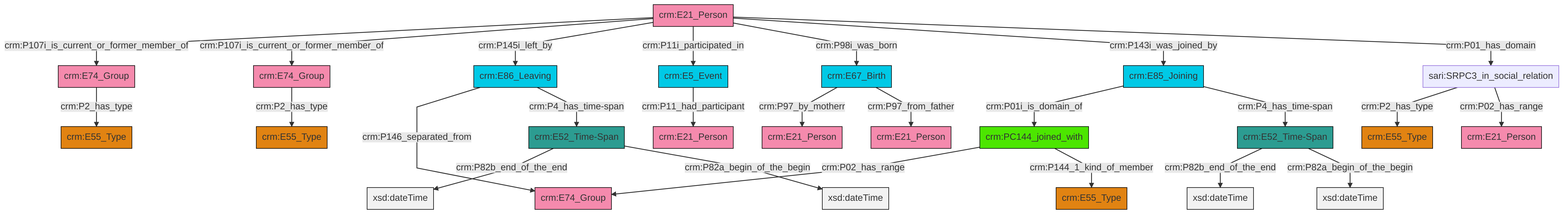
Earlier version of the Mermaid export et/personCSV/ttl/mmd/png/Person_Actor_Relations.png (swiss-art-research-net/reference-data-models). Its source is kept beside it as et/personCSV/ttl/mmd/Person_Actor_Relations.ttl.mmd.
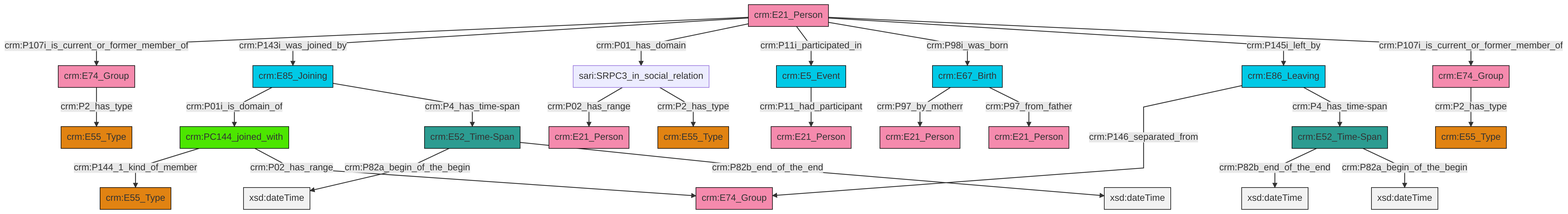
Later version of the same file.

Diff of the diagram source:
```diff
@@ -13,27 +13,27 @@
 classDef PC_Classes fill:#4ce600, stroke:#000000;
 classDef Multi fill:#cccccc,stroke:#000000;
 
-2["crm:E67_Birth"]:::Temporal_Entity -->|crm:P97_by_motherr| 3["crm:E21_Person"]:::Actor
-4["crm:E52_Time-Span"]:::Time-Span -->|crm:P82b_end_of_the_end| 8[xsd:dateTime]:::Literal
-9["crm:E86_Leaving"]:::Temporal_Entity -->|crm:P146_separated_from| 0["crm:E74_Group"]:::Actor
-10["crm:E21_Person"]:::Actor -->|crm:P107i_is_current_or_former_member_of| 11["crm:E74_Group"]:::Actor
-10["crm:E21_Person"]:::Actor -->|crm:P107i_is_current_or_former_member_of| 20["crm:E74_Group"]:::Actor
-10["crm:E21_Person"]:::Actor -->|crm:P145i_left_by| 9["crm:E86_Leaving"]:::Temporal_Entity
-24["crm:E85_Joining"]:::Temporal_Entity -->|crm:P01i_is_domain_of| 26["crm:PC144_joined_with"]:::PC_Classes
-4["crm:E52_Time-Span"]:::Time-Span -->|crm:P82a_begin_of_the_begin| 29[xsd:dateTime]:::Literal
-11["crm:E74_Group"]:::Actor -->|crm:P2_has_type| 6["crm:E55_Type"]:::Type
-2["crm:E67_Birth"]:::Temporal_Entity -->|crm:P97_from_father| 33["crm:E21_Person"]:::Actor
-10["crm:E21_Person"]:::Actor -->|crm:P11i_participated_in| 34["crm:E5_Event"]:::Temporal_Entity
-34["crm:E5_Event"]:::Temporal_Entity -->|crm:P11_had_participant| 22["crm:E21_Person"]:::Actor
-27["sari:SRPC3_in_social_relation"]:::Default -->|crm:P2_has_type| 18["crm:E55_Type"]:::Type
-40["crm:E52_Time-Span"]:::Time-Span -->|crm:P82b_end_of_the_end| 41[xsd:dateTime]:::Literal
-10["crm:E21_Person"]:::Actor -->|crm:P98i_was_born| 2["crm:E67_Birth"]:::Temporal_Entity
-10["crm:E21_Person"]:::Actor -->|crm:P143i_was_joined_by| 24["crm:E85_Joining"]:::Temporal_Entity
-10["crm:E21_Person"]:::Actor -->|crm:P01_has_domain| 27["sari:SRPC3_in_social_relation"]:::Default
-27["sari:SRPC3_in_social_relation"]:::Default -->|crm:P02_has_range| 38["crm:E21_Person"]:::Actor
-40["crm:E52_Time-Span"]:::Time-Span -->|crm:P82a_begin_of_the_begin| 43[xsd:dateTime]:::Literal
-26["crm:PC144_joined_with"]:::PC_Classes -->|crm:P02_has_range| 0["crm:E74_Group"]:::Actor
-9["crm:E86_Leaving"]:::Temporal_Entity -->|crm:P4_has_time-span| 4["crm:E52_Time-Span"]:::Time-Span
-24["crm:E85_Joining"]:::Temporal_Entity -->|crm:P4_has_time-span| 40["crm:E52_Time-Span"]:::Time-Span
-20["crm:E74_Group"]:::Actor -->|crm:P2_has_type| 15["crm:E55_Type"]:::Type
-26["crm:PC144_joined_with"]:::PC_Classes -->|crm:P144_1_kind_of_member| 31["crm:E55_Type"]:::Type
+2["crm:E21_Person"]:::Actor -->|crm:P107i_is_current_or_former_member_of| 3["crm:E74_Group"]:::Actor
+2["crm:E21_Person"]:::Actor -->|crm:P143i_was_joined_by| 4["crm:E85_Joining"]:::Temporal_Entity
+4["crm:E85_Joining"]:::Temporal_Entity -->|crm:P01i_is_domain_of| 0["crm:PC144_joined_with"]:::PC_Classes
+7["crm:E5_Event"]:::Temporal_Entity -->|crm:P11_had_participant| 8["crm:E21_Person"]:::Actor
+11["sari:SRPC3_in_social_relation"]:::Default -->|crm:P02_has_range| 12["crm:E21_Person"]:::Actor
+4["crm:E85_Joining"]:::Temporal_Entity -->|crm:P4_has_time-span| 14["crm:E52_Time-Span"]:::Time-Span
+3["crm:E74_Group"]:::Actor -->|crm:P2_has_type| 16["crm:E55_Type"]:::Type
+22["crm:E52_Time-Span"]:::Time-Span -->|crm:P82b_end_of_the_end| 23[xsd:dateTime]:::Literal
+26["crm:E67_Birth"]:::Temporal_Entity -->|crm:P97_by_motherr| 9["crm:E21_Person"]:::Actor
+24["crm:E74_Group"]:::Actor -->|crm:P2_has_type| 27["crm:E55_Type"]:::Type
+14["crm:E52_Time-Span"]:::Time-Span -->|crm:P82a_begin_of_the_begin| 31[xsd:dateTime]:::Literal
+26["crm:E67_Birth"]:::Temporal_Entity -->|crm:P97_from_father| 5["crm:E21_Person"]:::Actor
+0["crm:PC144_joined_with"]:::PC_Classes -->|crm:P144_1_kind_of_member| 17["crm:E55_Type"]:::Type
+0["crm:PC144_joined_with"]:::PC_Classes -->|crm:P02_has_range| 35["crm:E74_Group"]:::Actor
+28["crm:E86_Leaving"]:::Temporal_Entity -->|crm:P146_separated_from| 35["crm:E74_Group"]:::Actor
+2["crm:E21_Person"]:::Actor -->|crm:P01_has_domain| 11["sari:SRPC3_in_social_relation"]:::Default
+2["crm:E21_Person"]:::Actor -->|crm:P11i_participated_in| 7["crm:E5_Event"]:::Temporal_Entity
+14["crm:E52_Time-Span"]:::Time-Span -->|crm:P82b_end_of_the_end| 38[xsd:dateTime]:::Literal
+28["crm:E86_Leaving"]:::Temporal_Entity -->|crm:P4_has_time-span| 22["crm:E52_Time-Span"]:::Time-Span
+22["crm:E52_Time-Span"]:::Time-Span -->|crm:P82a_begin_of_the_begin| 40[xsd:dateTime]:::Literal
+11["sari:SRPC3_in_social_relation"]:::Default -->|crm:P2_has_type| 20["crm:E55_Type"]:::Type
+2["crm:E21_Person"]:::Actor -->|crm:P98i_was_born| 26["crm:E67_Birth"]:::Temporal_Entity
+2["crm:E21_Person"]:::Actor -->|crm:P145i_left_by| 28["crm:E86_Leaving"]:::Temporal_Entity
+2["crm:E21_Person"]:::Actor -->|crm:P107i_is_current_or_former_member_of| 24["crm:E74_Group"]:::Actor
```
